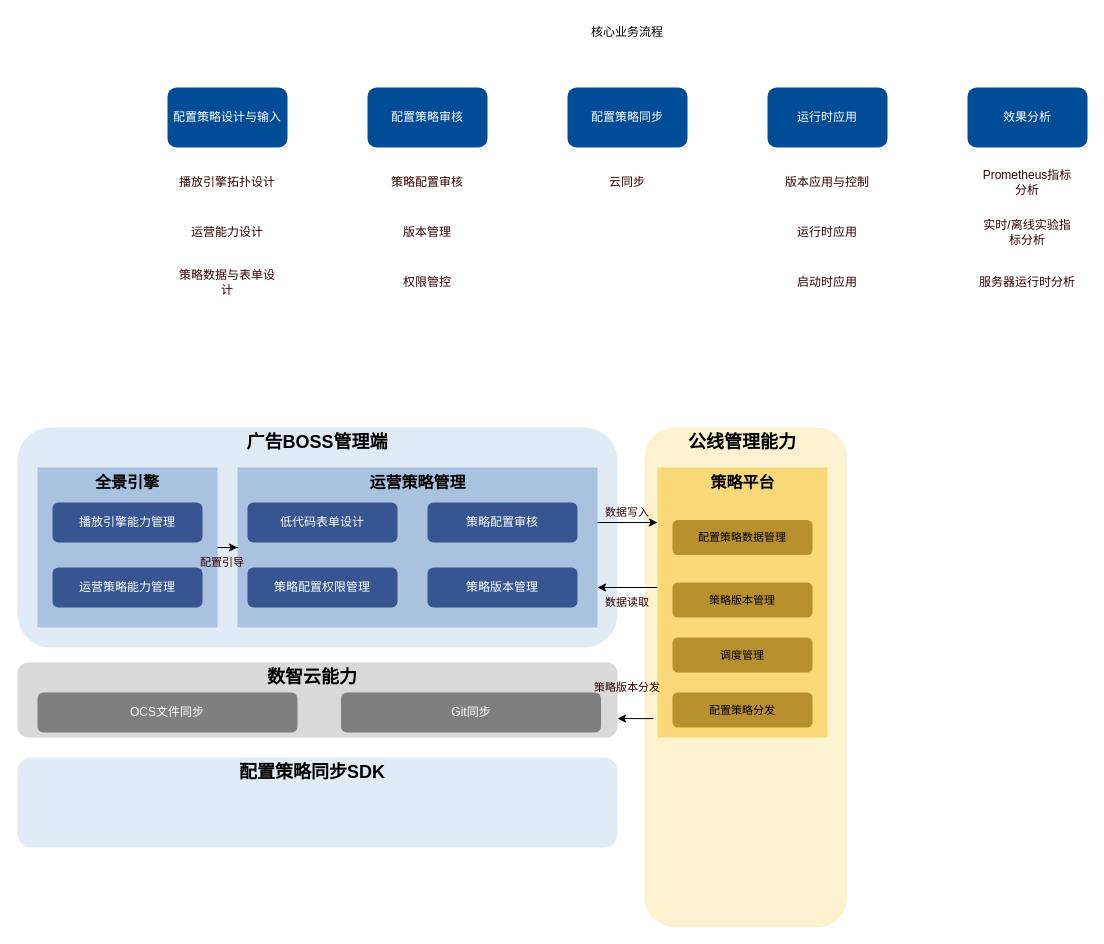
This is page "BOSS运营配置-业务架构-business architeture" (2 of 2) of universal-engine/boss_configuration.drawio from karlchan-cn/drawio-repository, a draw.io file, before an edit. Source tidied: cells renumbered, new cells numbered last; positions are measured from the earlier drawing's top-left corner, leaving out a move shared by most shapes. Both pictures are drawn from the tidied source at 100%, with x=0, y=0 at pixel (17, 17).
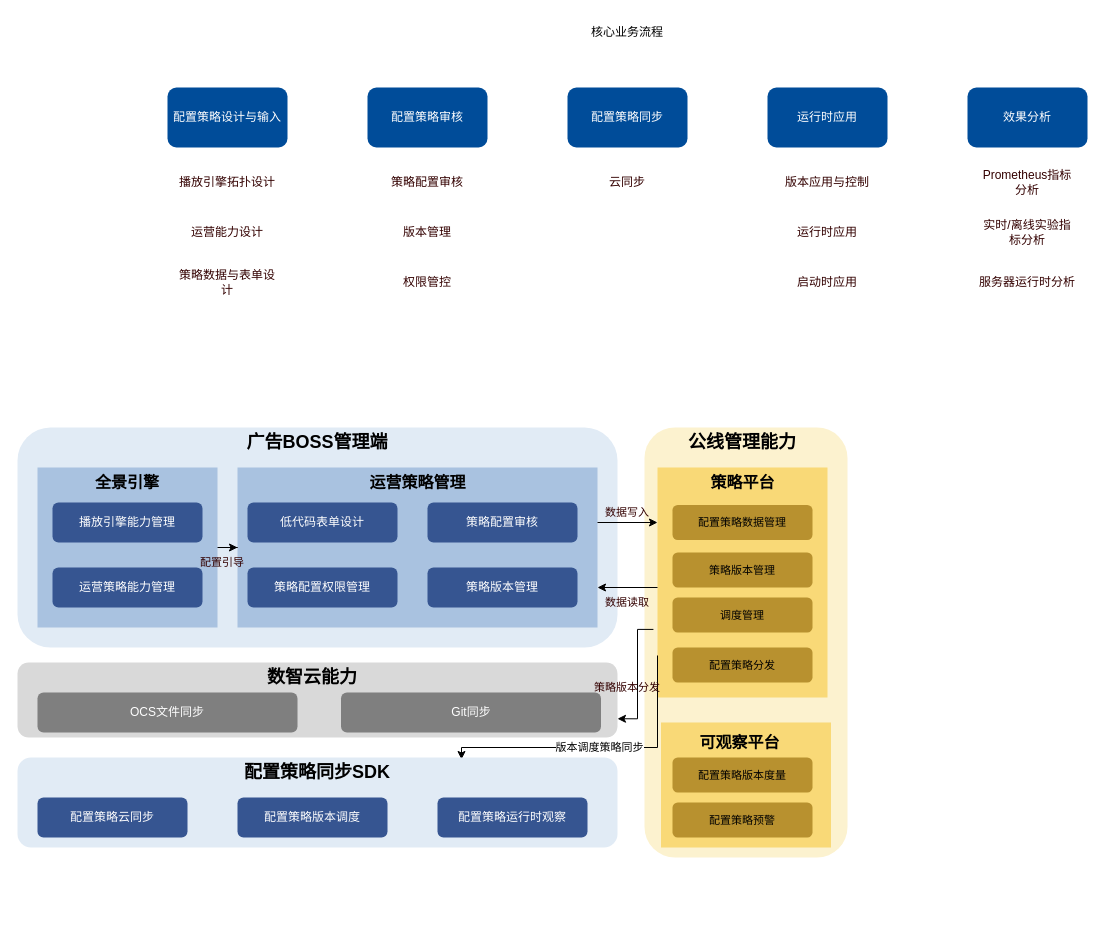
After the change.

The change refers to these unchanged cells:
```xml
<mxCell id="45" style="rounded=1;whiteSpace=wrap;html=1;fontSize=11;fontColor=#000000;fillColor=#D9D9D9;strokeColor=none;" parent="1" vertex="1">
  <mxGeometry y="645" width="600" height="75" as="geometry" />
</mxCell>
<mxCell id="53" style="rounded=1;whiteSpace=wrap;html=1;fillColor=#E1EBF5;strokeColor=none;" parent="1" vertex="1">
  <mxGeometry y="740" width="600" height="90" as="geometry" />
</mxCell>
```

Diff of the diagram source:
```diff
@@
     <mxCell id="2" style="rounded=1;whiteSpace=wrap;html=1;fontSize=11;fontColor=#FFFFFF;fillColor=#FCF2CF;strokeColor=none;" parent="1" vertex="1">
-      <mxGeometry x="627" y="410" width="203" height="500" as="geometry" />
+      <mxGeometry x="627" y="410" width="203" height="430" as="geometry" />
     </mxCell>
     <mxCell id="3" style="rounded=0;whiteSpace=wrap;html=1;fontSize=11;fontColor=#000000;fillColor=#F9D977;strokeColor=none;" parent="1" vertex="1">
-      <mxGeometry x="640" y="450" width="170" height="270" as="geometry" />
+      <mxGeometry x="640" y="450" width="170" height="230" as="geometry" />
     </mxCell>
@@
     <mxCell id="41" value="&lt;font color=&quot;#000000&quot;&gt;配置策略数据管理&lt;/font&gt;" style="rounded=1;whiteSpace=wrap;html=1;fontSize=11;fontColor=#FFFFFF;fillColor=#B8912F;strokeColor=none;" parent="1" vertex="1">
-      <mxGeometry x="655" y="502.5" width="140" height="35" as="geometry" />
+      <mxGeometry x="655" y="487.5" width="140" height="35" as="geometry" />
     </mxCell>
@@
     <mxCell id="43" value="&lt;font color=&quot;#000000&quot;&gt;策略版本管理&lt;/font&gt;" style="rounded=1;whiteSpace=wrap;html=1;fontSize=11;fontColor=#FFFFFF;fillColor=#B8912F;strokeColor=none;" parent="1" vertex="1">
-      <mxGeometry x="655" y="565" width="140" height="35" as="geometry" />
+      <mxGeometry x="655" y="535" width="140" height="35" as="geometry" />
     </mxCell>
@@
+    <mxCell id="55" value="版本调度策略同步" style="edgeStyle=orthogonalEdgeStyle;rounded=0;jettySize=auto;html=1;entryX=0.74;entryY=0.022;entryDx=0;entryDy=0;entryPerimeter=0;fontSize=11;fontColor=#000000;" parent="1" edge="1" target="53">
+      <mxGeometry relative="1" as="geometry">
+        <mxPoint x="640" y="638" as="sourcePoint" />
+        <Array as="points">
+          <mxPoint x="640" y="730" />
+          <mxPoint x="444" y="730" />
+        </Array>
+      </mxGeometry>
+    </mxCell>
     <mxCell id="49" value="&lt;font color=&quot;#000000&quot;&gt;调度管理&lt;/font&gt;" style="rounded=1;whiteSpace=wrap;html=1;fontSize=11;fontColor=#FFFFFF;fillColor=#B8912F;strokeColor=none;" parent="1" vertex="1">
-      <mxGeometry x="655" y="620" width="140" height="35" as="geometry" />
+      <mxGeometry x="655" y="580" width="140" height="35" as="geometry" />
     </mxCell>
-    <mxCell id="50" style="edgeStyle=orthogonalEdgeStyle;rounded=0;jettySize=auto;html=1;entryX=1;entryY=0.75;entryDx=0;entryDy=0;fontSize=11;fontColor=#000000;exitX=-0.024;exitY=0.93;exitDx=0;exitDy=0;exitPerimeter=0;" parent="1" edge="1" source="3" target="45">
+    <mxCell id="50" style="edgeStyle=orthogonalEdgeStyle;rounded=0;jettySize=auto;html=1;entryX=1;entryY=0.75;entryDx=0;entryDy=0;fontSize=11;fontColor=#000000;exitX=-0.024;exitY=0.704;exitDx=0;exitDy=0;exitPerimeter=0;" parent="1" edge="1" source="3" target="45">
       <mxGeometry relative="1" as="geometry" />
     </mxCell>
     <mxCell id="51" value="&lt;font color=&quot;#000000&quot;&gt;配置策略分发&lt;/font&gt;" style="rounded=1;whiteSpace=wrap;html=1;fontSize=11;fontColor=#FFFFFF;fillColor=#B8912F;strokeColor=none;" parent="1" vertex="1">
-      <mxGeometry x="655" y="675" width="140" height="35" as="geometry" />
+      <mxGeometry x="655" y="630" width="140" height="35" as="geometry" />
     </mxCell>
@@
     <mxCell id="54" value="配置策略同步SDK" style="text;html=1;strokeColor=none;fillColor=none;align=center;verticalAlign=middle;whiteSpace=wrap;rounded=0;fontStyle=1;fontSize=18;" parent="1" vertex="1">
-      <mxGeometry x="150" y="740" width="290" height="30" as="geometry" />
+      <mxGeometry x="155" y="740" width="290" height="30" as="geometry" />
     </mxCell>
+    <mxCell id="56" value="&lt;font color=&quot;#ffffff&quot;&gt;配置策略云同步&lt;/font&gt;" style="rounded=1;whiteSpace=wrap;html=1;fontColor=#330000;fillColor=#365591;strokeColor=none;" parent="1" vertex="1">
+      <mxGeometry x="20" y="780" width="150" height="40" as="geometry" />
+    </mxCell>
+    <mxCell id="57" value="&lt;font color=&quot;#ffffff&quot;&gt;配置策略版本调度&lt;/font&gt;" style="rounded=1;whiteSpace=wrap;html=1;fontColor=#330000;fillColor=#365591;strokeColor=none;" parent="1" vertex="1">
+      <mxGeometry x="220" y="780" width="150" height="40" as="geometry" />
+    </mxCell>
+    <mxCell id="58" value="&lt;font color=&quot;#ffffff&quot;&gt;配置策略运行时观察&lt;/font&gt;" style="rounded=1;whiteSpace=wrap;html=1;fontColor=#330000;fillColor=#365591;strokeColor=none;" parent="1" vertex="1">
+      <mxGeometry x="420" y="780" width="150" height="40" as="geometry" />
+    </mxCell>
+    <mxCell id="59" style="rounded=0;whiteSpace=wrap;html=1;fontSize=11;fontColor=#000000;fillColor=#F9D977;strokeColor=none;" parent="1" vertex="1">
+      <mxGeometry x="643.5" y="705" width="170" height="125" as="geometry" />
+    </mxCell>
+    <mxCell id="60" value="可观察平台" style="text;html=1;strokeColor=none;fillColor=none;align=center;verticalAlign=middle;whiteSpace=wrap;rounded=0;fontStyle=1;fontSize=16;" parent="1" vertex="1">
+      <mxGeometry x="670" y="710" width="105" height="30" as="geometry" />
+    </mxCell>
+    <mxCell id="61" value="&lt;font color=&quot;#000000&quot;&gt;配置策略版本度量&lt;/font&gt;" style="rounded=1;whiteSpace=wrap;html=1;fontSize=11;fontColor=#FFFFFF;fillColor=#B8912F;strokeColor=none;" parent="1" vertex="1">
+      <mxGeometry x="655" y="740" width="140" height="35" as="geometry" />
+    </mxCell>
+    <mxCell id="62" value="&lt;font color=&quot;#000000&quot;&gt;配置策略预警&lt;/font&gt;" style="rounded=1;whiteSpace=wrap;html=1;fontSize=11;fontColor=#FFFFFF;fillColor=#B8912F;strokeColor=none;" parent="1" vertex="1">
+      <mxGeometry x="655" y="785" width="140" height="35" as="geometry" />
+    </mxCell>
```
